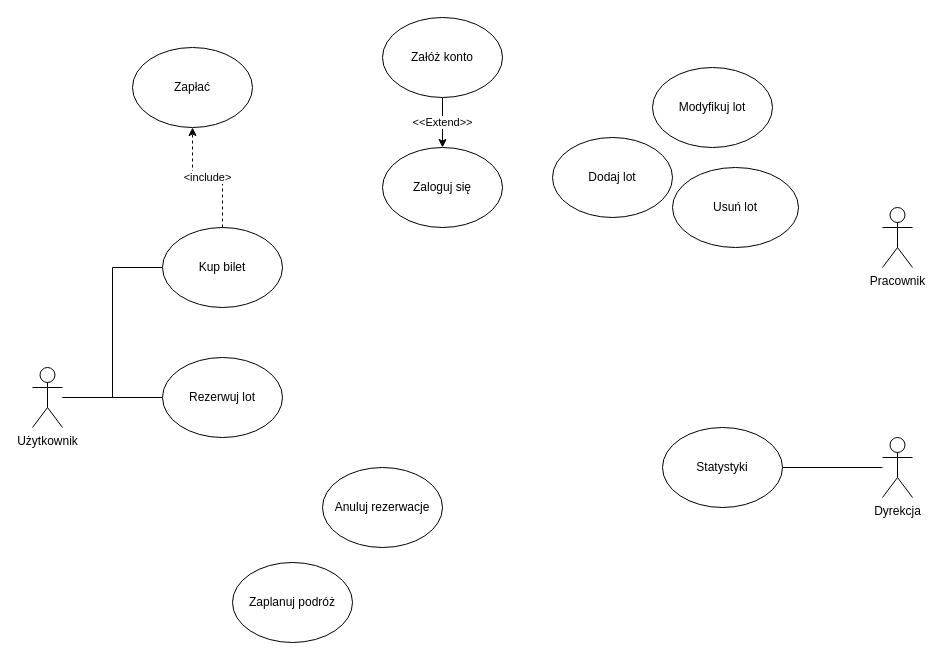
Earlier version of the draw.io diagram diagram_uzycia.drawio (MichjuX/UML_Diagrams). Source tidied: cells renumbered, new cells numbered last; positions are measured from the earlier drawing's top-left corner, leaving out a move shared by most shapes. Both pictures are drawn from the tidied source at 100%, with x=0, y=0 at pixel (32, 17).
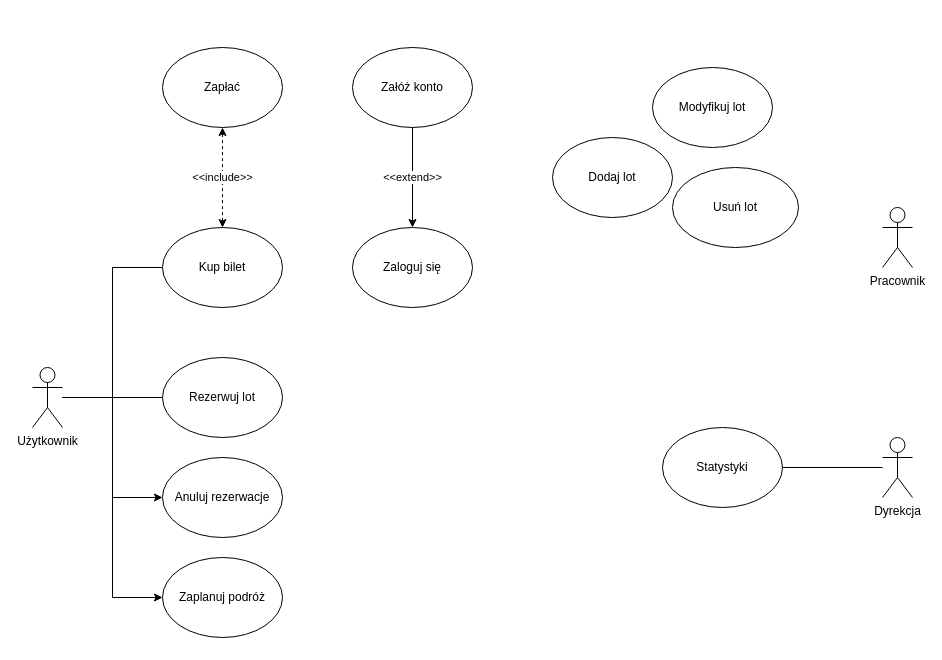
After the change.

The change refers to these unchanged cells:
```xml
<mxCell id="6" value="Użytkownik" style="shape=umlActor;verticalLabelPosition=bottom;verticalAlign=top;html=1;outlineConnect=0;" parent="1" vertex="1">
  <mxGeometry y="350" width="30" height="60" as="geometry" />
</mxCell>
<mxCell id="16" value="Kup bilet" style="ellipse;whiteSpace=wrap;html=1;" parent="1" vertex="1">
  <mxGeometry x="130" y="210" width="120" height="80" as="geometry" />
</mxCell>
```

What changed in the source:
```diff
@@
+    <mxCell id="22" style="edgeStyle=orthogonalEdgeStyle;rounded=0;jettySize=auto;html=1;entryX=0;entryY=0.5;entryDx=0;entryDy=0;" parent="1" edge="1" source="6" target="14">
+      <mxGeometry relative="1" as="geometry" />
+    </mxCell>
+    <mxCell id="23" style="edgeStyle=orthogonalEdgeStyle;rounded=0;jettySize=auto;html=1;entryX=0;entryY=0.5;entryDx=0;entryDy=0;" parent="1" edge="1" source="6" target="18">
+      <mxGeometry relative="1" as="geometry" />
+    </mxCell>
@@
     <mxCell id="14" value="Anuluj rezerwacje" style="ellipse;whiteSpace=wrap;html=1;" parent="1" vertex="1">
-      <mxGeometry x="290" y="450" width="120" height="80" as="geometry" />
+      <mxGeometry x="130" y="440" width="120" height="80" as="geometry" />
     </mxCell>
-    <mxCell id="15" value="&amp;lt;include&amp;gt;" style="edgeStyle=orthogonalEdgeStyle;rounded=0;jettySize=auto;html=1;entryX=0.5;entryY=1;entryDx=0;entryDy=0;dashed=1;" parent="1" edge="1" source="16" target="17">
+    <mxCell id="15" value="&amp;lt;&amp;lt;include&amp;gt;&amp;gt;" style="edgeStyle=orthogonalEdgeStyle;rounded=0;jettySize=auto;html=1;entryX=0.5;entryY=1;entryDx=0;entryDy=0;dashed=1;startArrow=classic;startFill=1;" parent="1" edge="1" source="16" target="17">
       <mxGeometry relative="1" as="geometry" />
     </mxCell>
@@
     <mxCell id="17" value="Zapłać" style="ellipse;whiteSpace=wrap;html=1;" parent="1" vertex="1">
-      <mxGeometry x="100" y="30" width="120" height="80" as="geometry" />
+      <mxGeometry x="130" y="30" width="120" height="80" as="geometry" />
     </mxCell>
     <mxCell id="18" value="Zaplanuj podróż" style="ellipse;whiteSpace=wrap;html=1;" parent="1" vertex="1">
-      <mxGeometry x="200" y="545" width="120" height="80" as="geometry" />
+      <mxGeometry x="130" y="540" width="120" height="80" as="geometry" />
     </mxCell>
     <mxCell id="19" value="Zaloguj się" style="ellipse;whiteSpace=wrap;html=1;direction=west;" parent="1" vertex="1">
-      <mxGeometry x="350" y="130" width="120" height="80" as="geometry" />
+      <mxGeometry x="320" y="210" width="120" height="80" as="geometry" />
     </mxCell>
-    <mxCell id="20" value="&amp;lt;&amp;lt;Extend&amp;gt;&amp;gt;" style="edgeStyle=orthogonalEdgeStyle;rounded=0;jettySize=auto;html=1;" parent="1" edge="1" source="21" target="19">
+    <mxCell id="20" value="&amp;lt;&amp;lt;extend&amp;gt;&amp;gt;" style="edgeStyle=orthogonalEdgeStyle;rounded=0;jettySize=auto;html=1;" parent="1" edge="1" source="21" target="19">
       <mxGeometry relative="1" as="geometry" />
     </mxCell>
     <mxCell id="21" value="Załóż konto" style="ellipse;whiteSpace=wrap;html=1;" parent="1" vertex="1">
-      <mxGeometry x="350" width="120" height="80" as="geometry" />
+      <mxGeometry x="320" y="30" width="120" height="80" as="geometry" />
     </mxCell>
```
